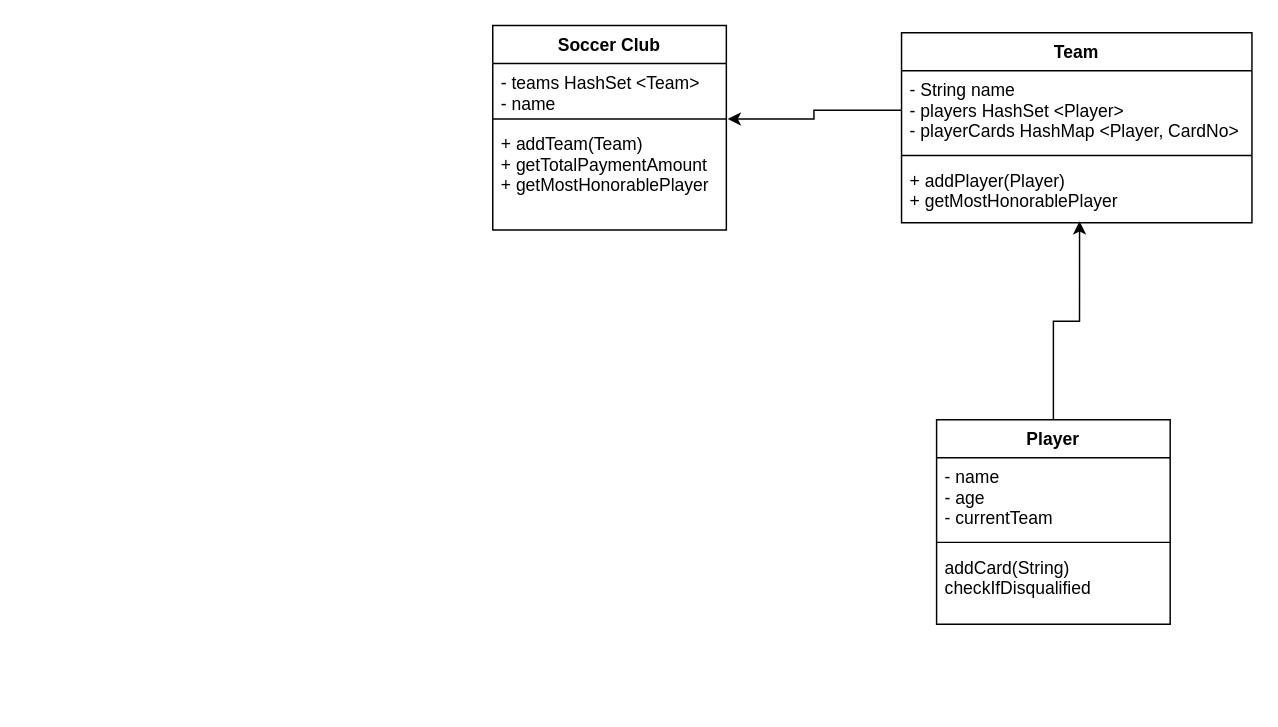
Earlier version of the draw.io diagram Soccer Club/UML/UML.drawio (1800Kon/JavaPractice). Source tidied: cells renumbered, new cells numbered last; positions are measured from the earlier drawing's top-left corner, leaving out a move shared by most shapes. Both pictures are drawn from the tidied source at 146%, with x=0, y=0 at pixel (492, 25).
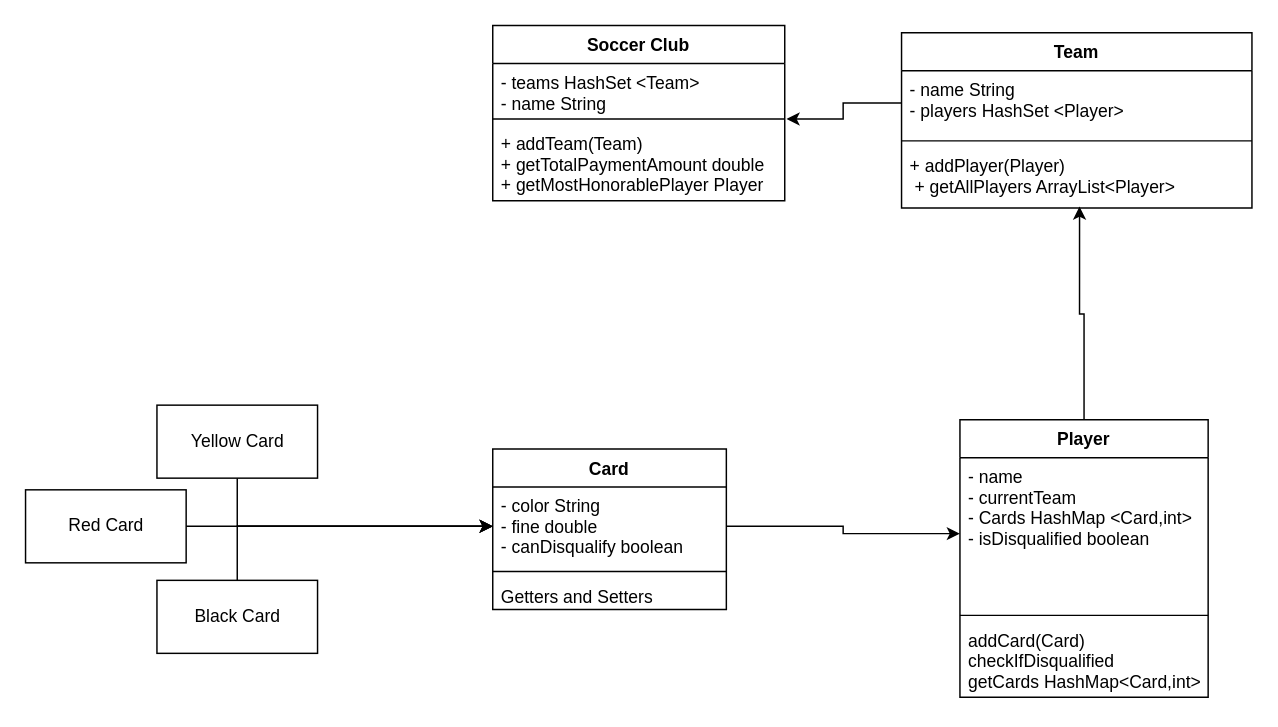
After the change.

What changed in the source:
```diff
@@
     <mxCell id="4" value="Soccer Club" style="swimlane;fontStyle=1;align=center;verticalAlign=top;horizontal=1;startSize=26;" parent="1" vertex="1">
-      <mxGeometry width="160" height="140" as="geometry" />
+      <mxGeometry width="200" height="120" as="geometry" />
     </mxCell>
-    <mxCell id="5" value="- teams HashSet &lt;Team&gt;&#10;- name" style="text;strokeColor=none;fillColor=none;align=left;verticalAlign=top;spacingLeft=4;spacingRight=4;overflow=hidden;" parent="4" vertex="1">
-      <mxGeometry y="26" width="160" height="34" as="geometry" />
+    <mxCell id="5" value="- teams HashSet &lt;Team&gt;&#10;- name String" style="text;strokeColor=none;fillColor=none;align=left;verticalAlign=top;spacingLeft=4;spacingRight=4;overflow=hidden;" parent="4" vertex="1">
+      <mxGeometry y="26" width="200" height="34" as="geometry" />
     </mxCell>
     <mxCell id="6" style="line;strokeWidth=1;fillColor=none;align=left;verticalAlign=middle;spacingTop=-1;spacingLeft=3;spacingRight=3;labelPosition=right;points=[];portConstraint=eastwest;" parent="4" vertex="1">
-      <mxGeometry y="60" width="160" height="8" as="geometry" />
+      <mxGeometry y="60" width="200" height="8" as="geometry" />
     </mxCell>
-    <mxCell id="7" value="+ addTeam(Team)&#10;+ getTotalPaymentAmount&#10;+ getMostHonorablePlayer" style="text;strokeColor=none;fillColor=none;align=left;verticalAlign=top;spacingLeft=4;spacingRight=4;overflow=hidden;" parent="4" vertex="1">
-      <mxGeometry y="68" width="160" height="72" as="geometry" />
+    <mxCell id="7" value="+ addTeam(Team)&#10;+ getTotalPaymentAmount double&#10;+ getMostHonorablePlayer Player" style="text;strokeColor=none;fillColor=none;align=left;verticalAlign=top;spacingLeft=4;spacingRight=4;overflow=hidden;" parent="4" vertex="1">
+      <mxGeometry y="68" width="200" height="52" as="geometry" />
     </mxCell>
     <mxCell id="8" value="Team" style="swimlane;fontStyle=1;align=center;verticalAlign=top;horizontal=1;startSize=26;" parent="1" vertex="1">
-      <mxGeometry x="280" y="5" width="240" height="130" as="geometry" />
+      <mxGeometry x="280" y="5" width="240" height="120" as="geometry" />
     </mxCell>
-    <mxCell id="9" value="- String name&#10;- players HashSet &lt;Player&gt;&#10;- playerCards HashMap &lt;Player, CardNo&gt;" style="text;strokeColor=none;fillColor=none;align=left;verticalAlign=top;spacingLeft=4;spacingRight=4;overflow=hidden;points=[[0,0.5],[1,0.5]];portConstraint=eastwest;" parent="8" vertex="1">
-      <mxGeometry y="26" width="240" height="54" as="geometry" />
+    <mxCell id="9" value="- name String&#10;- players HashSet &lt;Player&gt;" style="text;strokeColor=none;fillColor=none;align=left;verticalAlign=top;spacingLeft=4;spacingRight=4;overflow=hidden;points=[[0,0.5],[1,0.5]];portConstraint=eastwest;" parent="8" vertex="1">
+      <mxGeometry y="26" width="240" height="44" as="geometry" />
     </mxCell>
     <mxCell id="10" style="line;strokeWidth=1;fillColor=none;align=left;verticalAlign=middle;spacingTop=-1;spacingLeft=3;spacingRight=3;labelPosition=right;" parent="8" vertex="1">
-      <mxGeometry y="80" width="240" height="8" as="geometry" />
+      <mxGeometry y="70" width="240" height="8" as="geometry" />
     </mxCell>
-    <mxCell id="11" value="+ addPlayer(Player)&#10;+ getMostHonorablePlayer " style="text;strokeColor=none;fillColor=none;align=left;verticalAlign=top;spacingLeft=4;spacingRight=4;overflow=hidden;points=[[0,0.5],[1,0.5]];portConstraint=eastwest;" parent="8" vertex="1">
-      <mxGeometry y="88" width="240" height="42" as="geometry" />
+    <mxCell id="11" value="+ addPlayer(Player)&#10; + getAllPlayers ArrayList&lt;Player&gt;" style="text;strokeColor=none;fillColor=none;align=left;verticalAlign=top;spacingLeft=4;spacingRight=4;overflow=hidden;points=[[0,0.5],[1,0.5]];portConstraint=eastwest;" parent="8" vertex="1">
+      <mxGeometry y="78" width="240" height="42" as="geometry" />
     </mxCell>
     <mxCell id="12" value="Player" style="swimlane;fontStyle=1;align=center;verticalAlign=top;horizontal=1;startSize=26;" parent="1" vertex="1">
-      <mxGeometry x="304" y="270" width="160" height="140" as="geometry" />
+      <mxGeometry x="320" y="270" width="170" height="190" as="geometry" />
     </mxCell>
-    <mxCell id="13" value="- name&#10;- age&#10;- currentTeam" style="text;strokeColor=none;fillColor=none;align=left;verticalAlign=top;spacingLeft=4;spacingRight=4;overflow=hidden;points=[[0,0.5],[1,0.5]];portConstraint=eastwest;" parent="12" vertex="1">
-      <mxGeometry y="26" width="160" height="54" as="geometry" />
+    <mxCell id="13" value="- name&#10;- currentTeam&#10;- Cards HashMap &lt;Card,int&gt;&#10;- isDisqualified boolean" style="text;strokeColor=none;fillColor=none;align=left;verticalAlign=top;spacingLeft=4;spacingRight=4;overflow=hidden;points=[[0,0.5],[1,0.5]];portConstraint=eastwest;" parent="12" vertex="1">
+      <mxGeometry y="26" width="170" height="104" as="geometry" />
     </mxCell>
     <mxCell id="14" style="line;strokeWidth=1;fillColor=none;align=left;verticalAlign=middle;spacingTop=-1;spacingLeft=3;spacingRight=3;labelPosition=right;" parent="12" vertex="1">
-      <mxGeometry y="80" width="160" height="8" as="geometry" />
+      <mxGeometry y="130" width="170" height="8" as="geometry" />
     </mxCell>
-    <mxCell id="15" value="addCard(String)&#10;checkIfDisqualified" style="text;strokeColor=none;fillColor=none;align=left;verticalAlign=top;spacingLeft=4;spacingRight=4;overflow=hidden;" parent="12" vertex="1">
-      <mxGeometry y="88" width="160" height="52" as="geometry" />
+    <mxCell id="15" value="addCard(Card)&#10;checkIfDisqualified&#10;getCards HashMap&lt;Card,int&gt;" style="text;strokeColor=none;fillColor=none;align=left;verticalAlign=top;spacingLeft=4;spacingRight=4;overflow=hidden;" parent="12" vertex="1">
+      <mxGeometry y="138" width="170" height="52" as="geometry" />
     </mxCell>
+    <mxCell id="16" style="edgeStyle=orthogonalEdgeStyle;rounded=0;jettySize=auto;html=1;entryX=0;entryY=0.5;entryDx=0;entryDy=0;" parent="1" edge="1" source="17" target="24">
+      <mxGeometry relative="1" as="geometry" />
+    </mxCell>
+    <mxCell id="17" value="Yellow Card" style="html=1;" parent="1" vertex="1">
+      <mxGeometry x="-230" y="260" width="110" height="50" as="geometry" />
+    </mxCell>
+    <mxCell id="18" style="edgeStyle=orthogonalEdgeStyle;rounded=0;jettySize=auto;html=1;entryX=0;entryY=0.5;entryDx=0;entryDy=0;" parent="1" edge="1" source="19" target="24">
+      <mxGeometry relative="1" as="geometry" />
+    </mxCell>
+    <mxCell id="19" value="Red Card" style="html=1;" parent="1" vertex="1">
+      <mxGeometry x="-320" y="318" width="110" height="50" as="geometry" />
+    </mxCell>
+    <mxCell id="20" style="edgeStyle=orthogonalEdgeStyle;rounded=0;jettySize=auto;html=1;entryX=0;entryY=0.5;entryDx=0;entryDy=0;" parent="1" edge="1" source="21" target="24">
+      <mxGeometry relative="1" as="geometry" />
+    </mxCell>
+    <mxCell id="21" value="Black Card" style="html=1;" parent="1" vertex="1">
+      <mxGeometry x="-230" y="380" width="110" height="50" as="geometry" />
+    </mxCell>
+    <mxCell id="22" style="edgeStyle=orthogonalEdgeStyle;rounded=0;jettySize=auto;html=1;entryX=0;entryY=0.5;entryDx=0;entryDy=0;" parent="1" edge="1" source="24" target="13">
+      <mxGeometry relative="1" as="geometry" />
+    </mxCell>
+    <mxCell id="23" value="Card" style="swimlane;fontStyle=1;align=center;verticalAlign=top;horizontal=1;startSize=26;" parent="1" vertex="1">
+      <mxGeometry y="290" width="160" height="110" as="geometry" />
+    </mxCell>
+    <mxCell id="24" value="- color String&#10;- fine double&#10;- canDisqualify boolean" style="text;strokeColor=none;fillColor=none;align=left;verticalAlign=top;spacingLeft=4;spacingRight=4;overflow=hidden;points=[[0,0.5],[1,0.5]];portConstraint=eastwest;" parent="23" vertex="1">
+      <mxGeometry y="26" width="160" height="54" as="geometry" />
+    </mxCell>
+    <mxCell id="25" style="line;strokeWidth=1;fillColor=none;align=left;verticalAlign=middle;spacingTop=-1;spacingLeft=3;spacingRight=3;labelPosition=right;" parent="23" vertex="1">
+      <mxGeometry y="80" width="160" height="8" as="geometry" />
+    </mxCell>
+    <mxCell id="26" value="Getters and Setters" style="text;strokeColor=none;fillColor=none;align=left;verticalAlign=top;spacingLeft=4;spacingRight=4;overflow=hidden;" parent="23" vertex="1">
+      <mxGeometry y="88" width="160" height="22" as="geometry" />
+    </mxCell>
```
